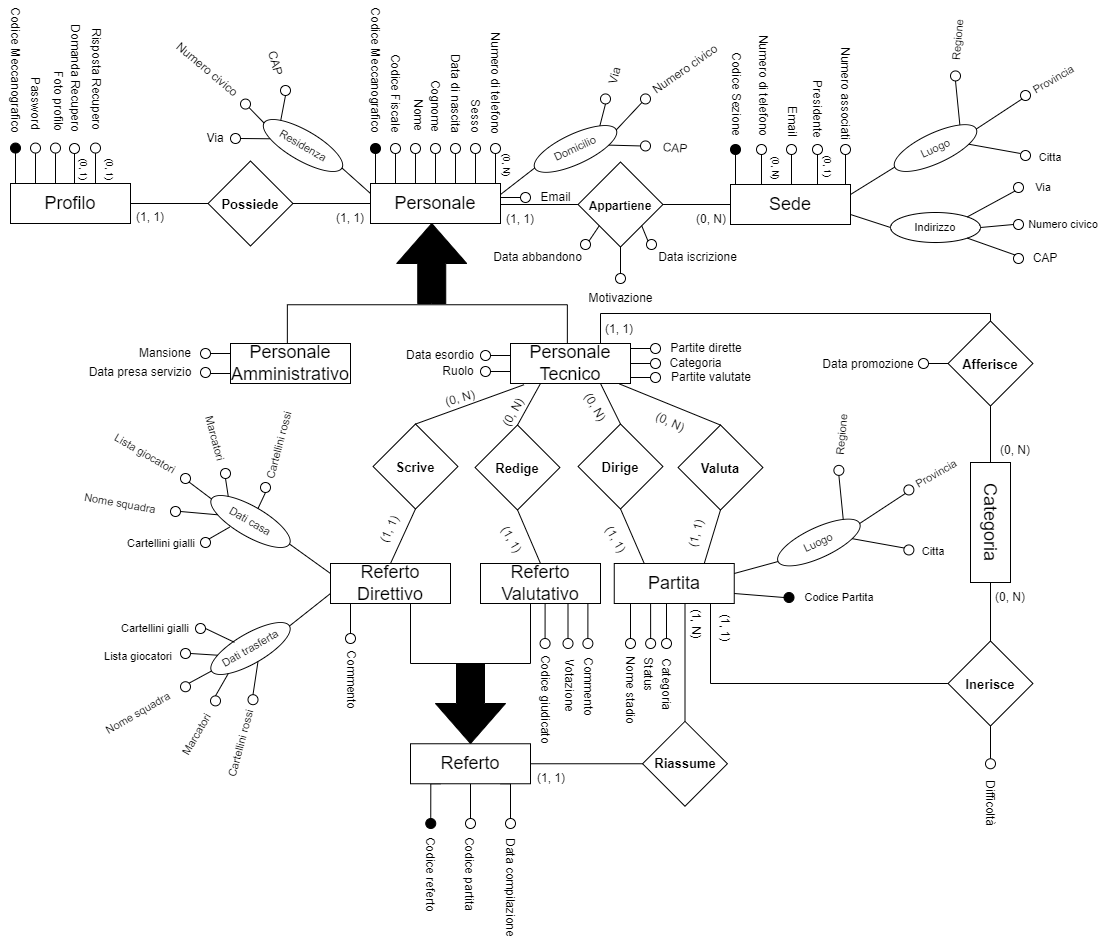
savernike/DiagramsSet keeps this draw.io diagram as ERDiagram/WhistleER.drawio.png. Above is the earlier version. Source tidied: cells renumbered, new cells last; positions are measured from the earlier drawing's top-left corner, leaving out a move shared by most shapes.
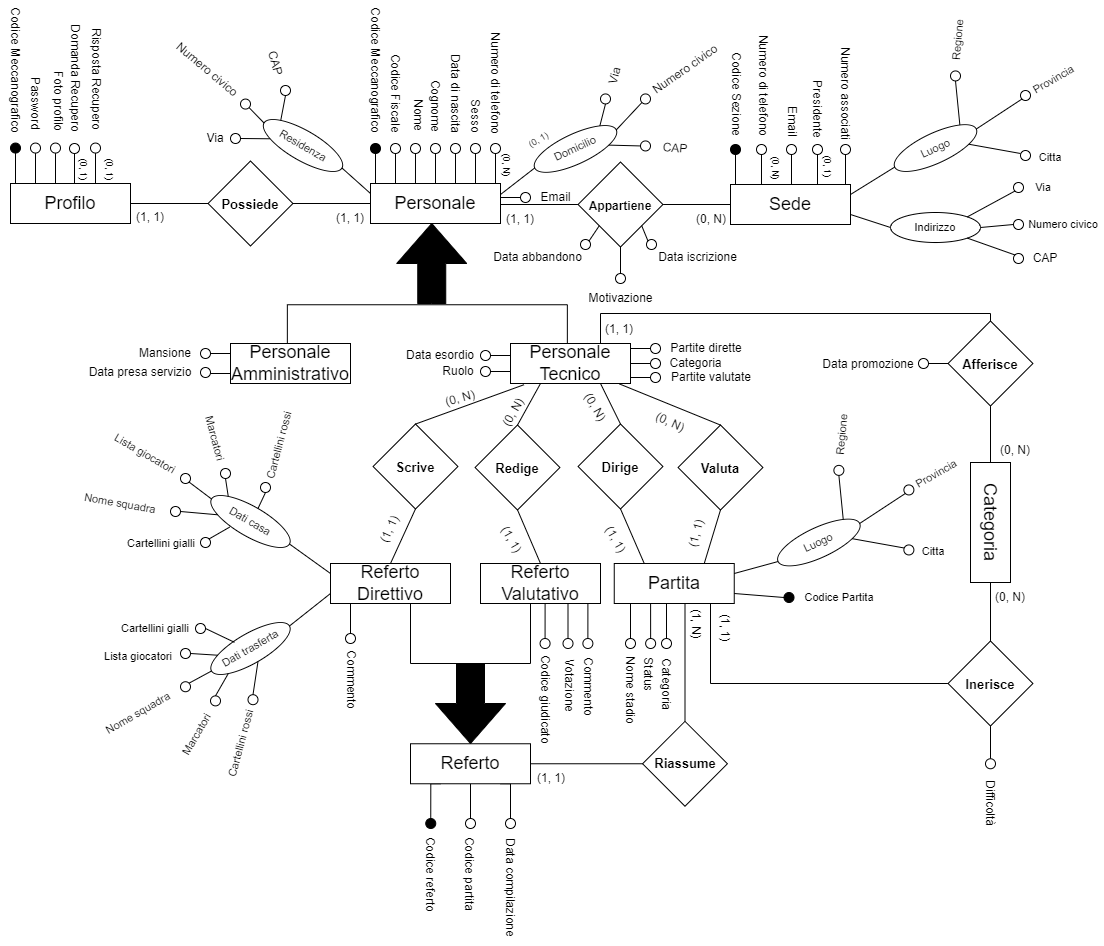
The same diagram one commit later.

Commit message:
Aggiornanento cardinalità domicilio

What changed in the source:
```diff
@@ -887,5 +887,8 @@
     <mxCell id="286" value="&lt;font style=&quot;font-size: 9px;&quot;&gt;(0, 1)&lt;/font&gt;" style="text;strokeColor=none;align=center;fillColor=none;html=1;verticalAlign=middle;whiteSpace=wrap;rounded=0;rotation=90;" parent="1" vertex="1">
       <mxGeometry x="118.5" y="130" width="40" height="30" as="geometry" />
     </mxCell>
+    <mxCell id="287" value="&lt;font style=&quot;font-size: 9px;&quot;&gt;(0, 1)&lt;/font&gt;" style="text;strokeColor=none;align=center;fillColor=none;html=1;verticalAlign=middle;whiteSpace=wrap;rounded=0;rotation=-30;" parent="1" vertex="1">
+      <mxGeometry x="572.5" y="100" width="40" height="30" as="geometry" />
+    </mxCell>
   </root>
 </mxGraphModel>
```
